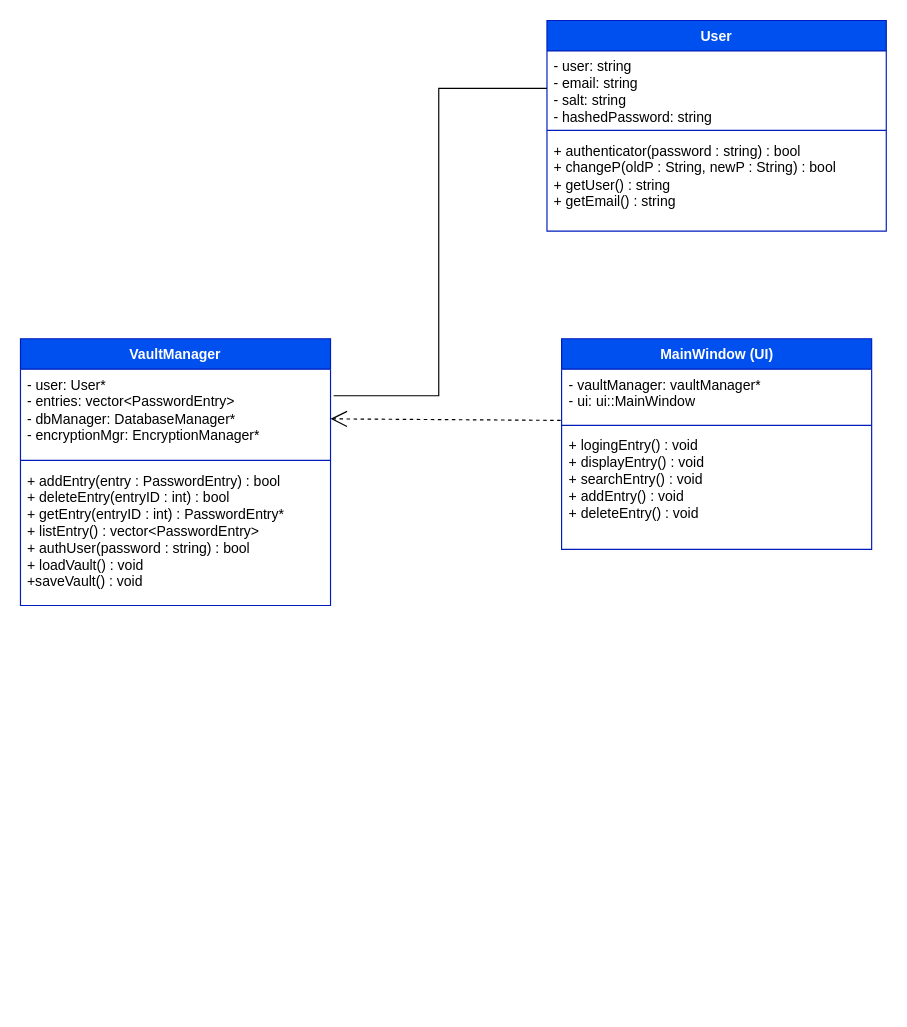
Before: docs/UML_Password-Manager.drawio in WilmerSoriano/Password-Manager, a draw.io diagram. Source tidied: cells renumbered, new cells numbered last; positions are measured from the earlier drawing's top-left corner, leaving out a move shared by most shapes. Both pictures are drawn from the tidied source at 117%, with x=0, y=0 at pixel (20, 20).
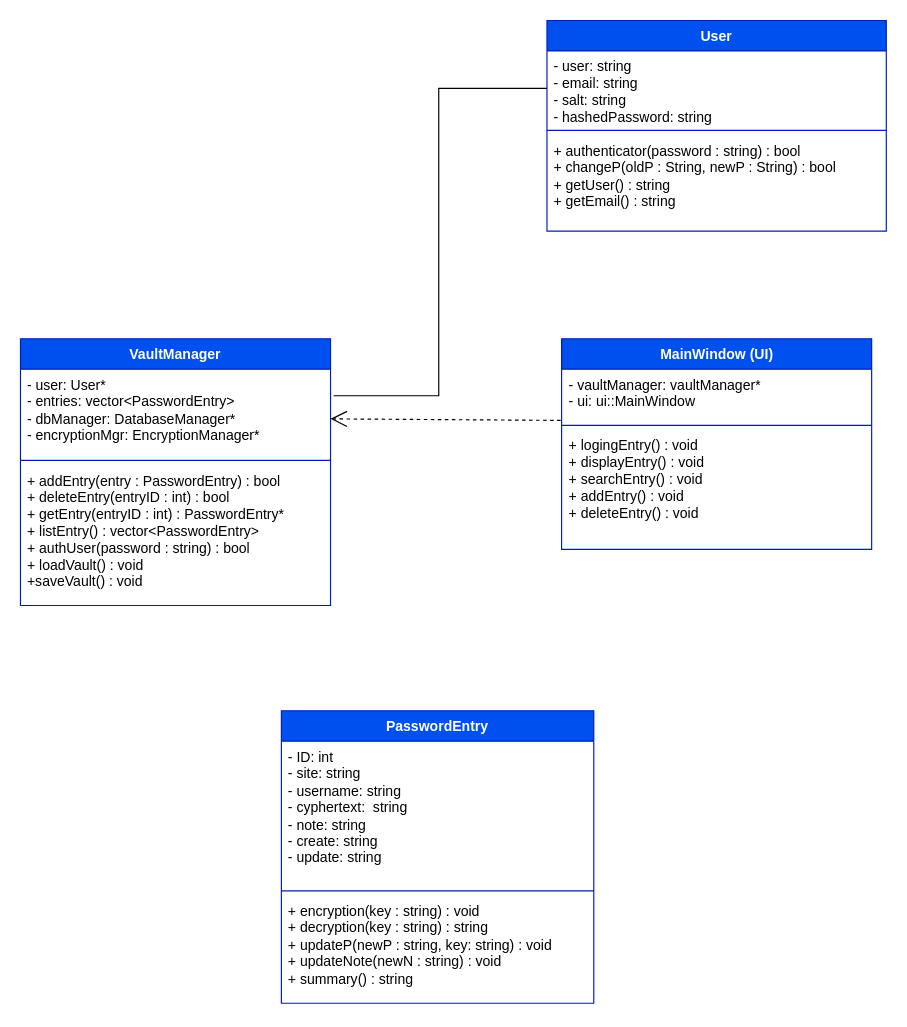
Above is the later version.

Commit message:
passwordEntry UML was added

The edit, as a diff of the source:
```diff
@@
+    <mxCell id="16" value="PasswordEntry" style="swimlane;fontStyle=1;align=center;verticalAlign=top;horizontal=1;startSize=26;whiteSpace=wrap;html=1;fillColor=#0050ef;fontColor=#ffffff;strokeColor=#001DBC;" parent="1" vertex="1">
+      <mxGeometry x="223" y="590" width="267" height="250" as="geometry" />
+    </mxCell>
+    <mxCell id="17" value="- ID: int&lt;div&gt;- site: string&lt;/div&gt;&lt;div&gt;- username: string&lt;/div&gt;&lt;div&gt;- cyphertext:&amp;nbsp; string&lt;/div&gt;&lt;div&gt;- note: string&lt;/div&gt;&lt;div&gt;- create: string&lt;/div&gt;&lt;div&gt;- update: string&lt;/div&gt;" style="text;strokeColor=none;fillColor=none;align=left;verticalAlign=top;spacingLeft=4;spacingRight=4;overflow=hidden;whiteSpace=wrap;html=1;" parent="16" vertex="1">
+      <mxGeometry y="26" width="267" height="124" as="geometry" />
+    </mxCell>
+    <mxCell id="18" style="line;strokeWidth=1;fillColor=none;align=left;verticalAlign=middle;spacingTop=-1;spacingLeft=3;spacingRight=3;labelPosition=right;strokeColor=inherit;" parent="16" vertex="1">
+      <mxGeometry y="150" width="267" height="8" as="geometry" />
+    </mxCell>
+    <mxCell id="19" value="+ encryption(key : string) : void&lt;div&gt;+ decryption(key : string) : string&lt;/div&gt;&lt;div&gt;+ updateP(newP : string, key: string) : void&lt;/div&gt;&lt;div&gt;+ updateNote(newN : string) : void&lt;/div&gt;&lt;div&gt;+ summary() : string&lt;/div&gt;" style="text;strokeColor=none;fillColor=none;align=left;verticalAlign=top;spacingLeft=4;spacingRight=4;overflow=hidden;whiteSpace=wrap;html=1;" parent="16" vertex="1">
+      <mxGeometry y="158" width="267" height="92" as="geometry" />
+    </mxCell>
```
